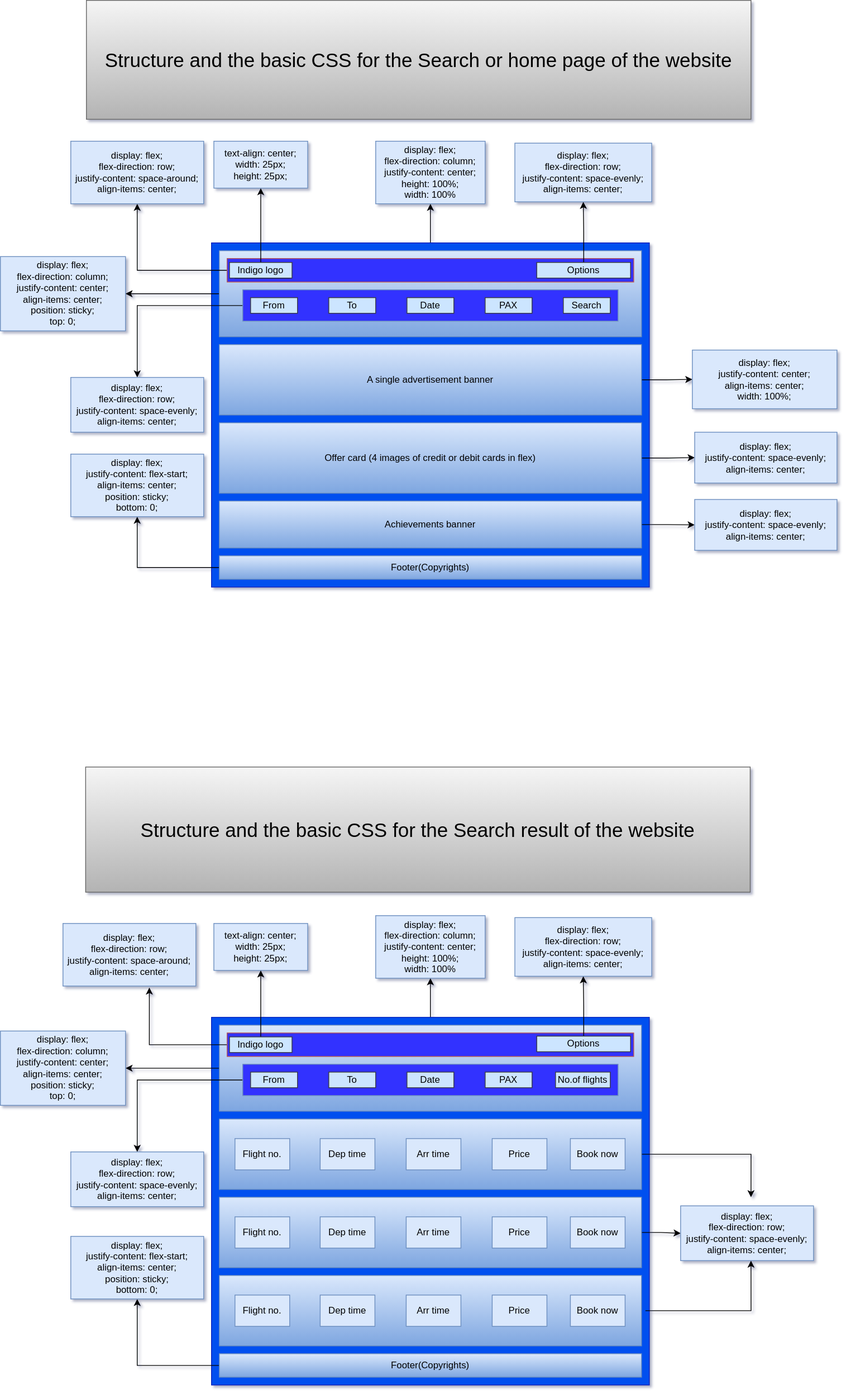
Before: indigo.svg, a diagram exported from draw.io (kjstarun/Skeletons). Source tidied: cells renumbered, new cells last; positions are measured from the earlier drawing's top-left corner, leaving out a move shared by most shapes.
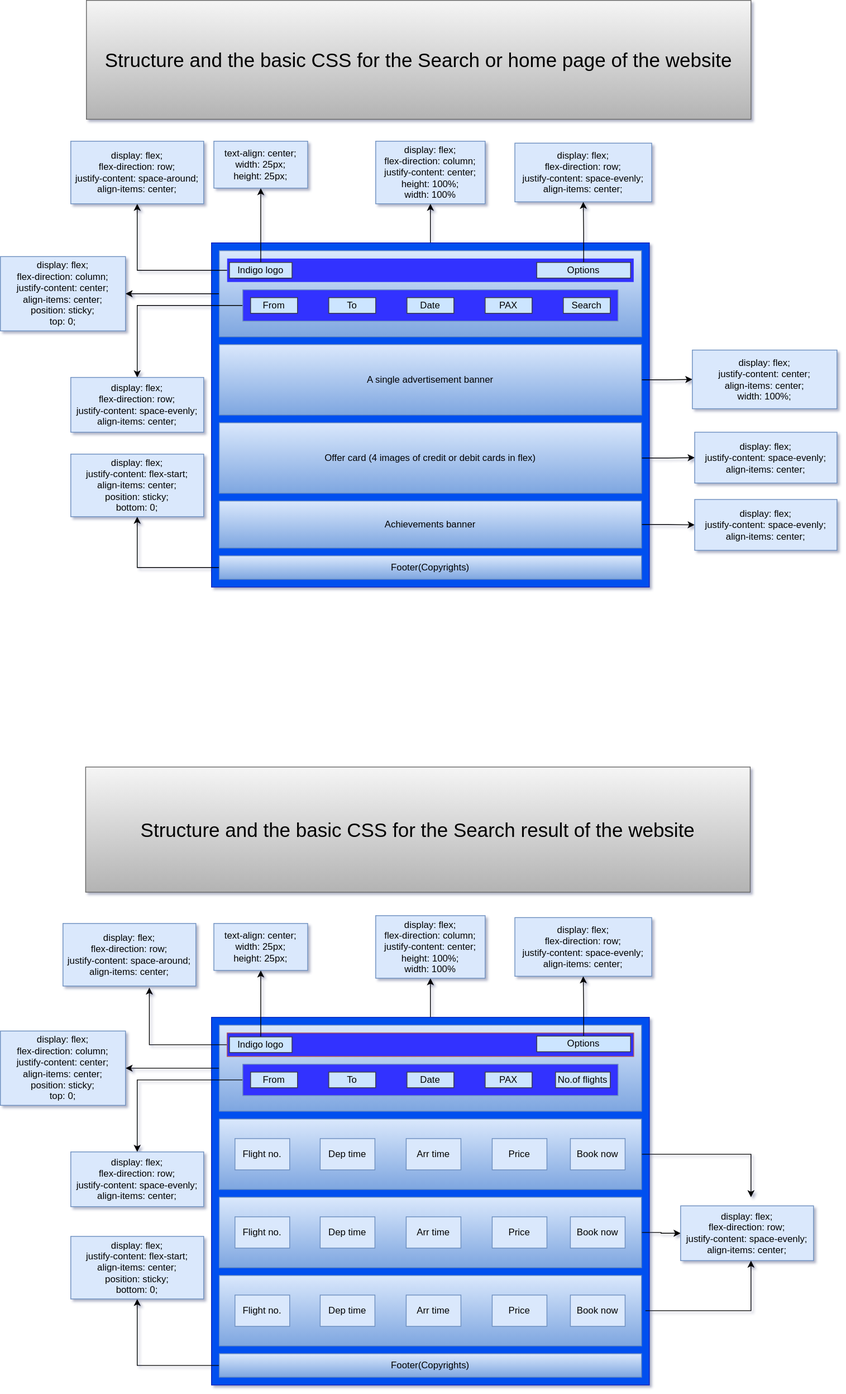
After the commit.

Change to the diagram source:
```diff
@@ -19,7 +19,7 @@
     <mxCell id="6" style="edgeStyle=orthogonalEdgeStyle;rounded=0;jettySize=auto;html=1;" parent="1" edge="1" source="7" target="29">
       <mxGeometry relative="1" as="geometry" />
     </mxCell>
-    <mxCell id="7" style="rounded=0;whiteSpace=wrap;html=1;fillColor=#3333FF;strokeColor=#b85450;" parent="1" vertex="1">
+    <mxCell id="7" style="rounded=0;whiteSpace=wrap;html=1;fillColor=#3333FF;strokeColor=none;" parent="1" vertex="1">
       <mxGeometry x="290" y="330" width="520" height="30" as="geometry" />
     </mxCell>
     <mxCell id="8" style="edgeStyle=orthogonalEdgeStyle;rounded=0;jettySize=auto;html=1;" parent="1" edge="1" source="9" target="32">
```
